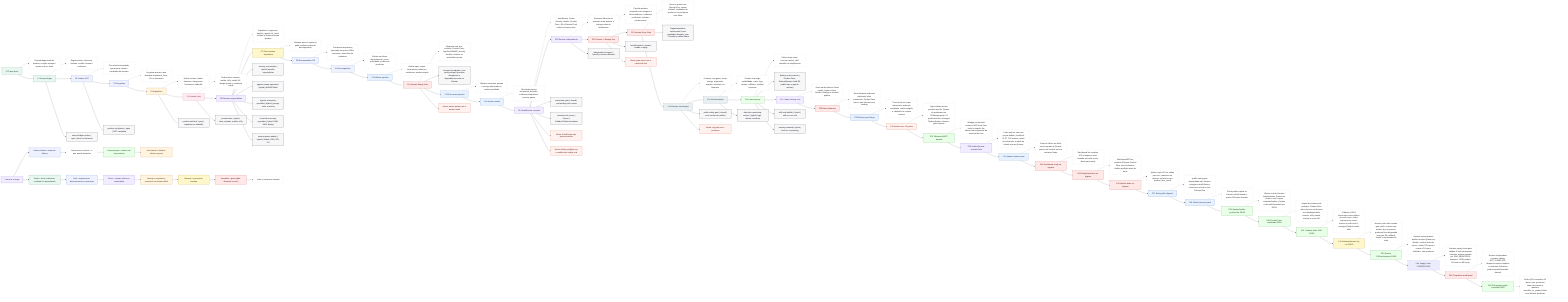
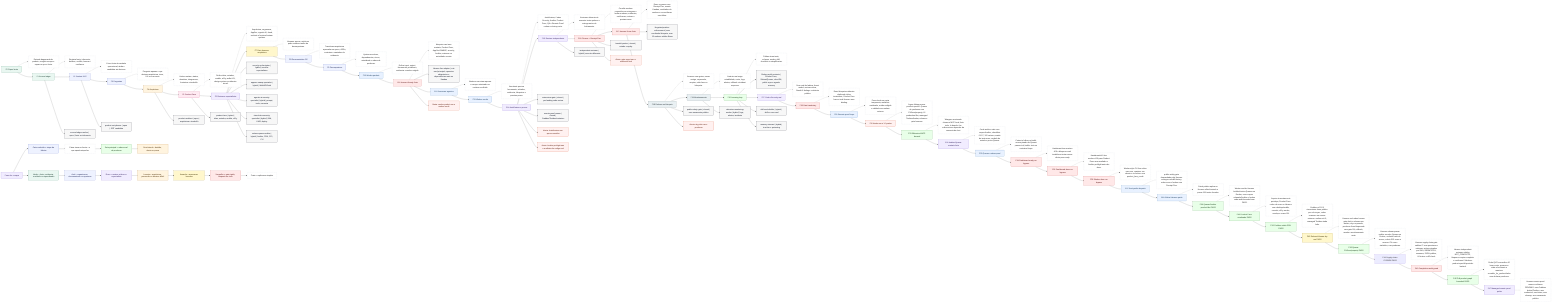
flowchart LR
  F0["F0 Paper bruto"]:::source
  F0D["Entrada baguncada do produto; congela escopo e separa o que e fonte."]:::desc
  F0 -.-> F0D
  F0 --> F1

  F1["F1 Source ledger"]:::source
  F1D["Registra fonte, inferencia, decisao, conflito, lacuna e confianca."]:::desc
  F1 -.-> F1D
  F1 --> F2

  F2["F2 Product SOT"]:::planning
  F2D["Cria a fonte da verdade operacional; ainda e candidata ate decisao."]:::desc
  F2 -.-> F2D
  F2 --> F3

  F3["F3 Perguntas"]:::planning
  F3D["Pergunta apenas o que destrava arquitetura, risco, UX ou execucao."]:::desc
  F3 -.-> F3D
  F3 --> F4

  F4["F4 Arquitetura"]:::architecture
  F4D["Define runtime, dados, dominios, integracoes, fronteiras e tradeoffs."]:::desc
  F4 -.-> F4D
  F4 --> F5

  F5["F5 Product Face"]:::face
  F5D["Define telas, estados, mobile, a11y, wallet UX, design system e evidencia visual."]:::desc
  F5 -.-> F5D
  F5 --> F6

  F6["F6 Revisoes especialistas"]:::review
  F6D["Arquitetura, seguranca, AppSec, agentic AI, cloud, onchain e frontend tentam quebrar."]:::desc
  F6 -.-> F6D
  F6 --> F7

  F7["F7 Gate humano arquitetura"]:::human
  F7D["Humano aprova, rejeita ou pede mudanca antes da decomposicao."]:::desc
  F7 -.-> F7D
  F7 --> F8

  F8["F8 Documentation OS"]:::planning
  F8D["Transforma arquitetura aprovada em specs, ADRs, contratos e caminhos de evidencia."]:::desc
  F8 -.-> F8D
  F8 --> F9

  F9["F9 Decomposicao"]:::planning
  F9D["Quebra em slices, dependencias, riscos, autoridade e ordem de producao."]:::desc
  F9 -.-> F9D
  F9 --> F10

  F10["F10 Worker packets"]:::execution
  F10D["Define input, output, ferramenta, proibicoes, evidencia e worker exigido."]:::desc
  F10 -.-> F10D
  F10 --> F11

  F11["F11 Hermes Ready Gate"]:::gate
  F11D["Bloqueia card sem contrato, Product Face, AppSec/OWASP, security, Auditor, reviewer ou autoridade correta."]:::desc
  F11 -.-> F11D
  F11 --> H1["Hermes live adapter | cria card principal, operarios obrigatorios e dependencias reais no Kanban"]:::worker
  F11 --> F12

  F12["F12 Execucao agentica"]:::execution
  F12D["Workers executam apenas o escopo autorizado no runtime escolhido."]:::desc
  F12 -.-> F12D
  F12 --> F13

  F13["F13 Worker results"]:::execution
  F13D["Resultado precisa ferramenta, achados, evidencia, bloqueios e proximo passo."]:::desc
  F13 -.-> F13D
  F13 --> F14

  F14["F14 AutoReview e provas"]:::review
  F14D["AutoReview, Codex Security, Auditor, Product Face, QA e Remote Proof rodam no timing certo."]:::desc
  F14 -.-> F14D
  F14 --> F15

  F15["F15 Revisao independente"]:::review
  F15D["Reviewer diferente do executor tenta quebrar a entrega antes do fechamento."]:::desc
  F15 -.-> F15D
  F15 --> F16

  F16["F16 Closure + Receipt Five"]:::gate
  F16D["Concilia workers requeridos vs entregues e fecha mudanca, evidencia, verificacao, revisao e proxima acao."]:::desc
  F16 -.-> F16D
  F16 --> F17

  F17["F17 Hermes Done Gate"]:::gate
  F17D["Done so passa com Receipt Five, evento Kanban, resultados de workers e reconciliacao sem faltas."]:::desc
  F17 -.-> F17D
  F17 --> H2["Negative/positive enforcement | sem resultados bloqueia; com 12 workers validos libera"]:::worker
  F17 --> F18

  F18["F18 Release ou bloqueio"]:::release
  F18D["Promove com gates; senao corrige, supersede, arquiva, volta fase ou bloqueia."]:::desc
  F18 -.-> F18D
  F18 --> F19

  F19["F19 Monitoramento"]:::release
  F19D["Produto real exige estabilidade, custo, logs, alertas, rollback e incident response."]:::desc
  F19 -.-> F19D
  F19 --> F20

  F20["F20 Learning loop"]:::learning
  F20D["Falhas viram teste, schema, worker, skill, checklist ou simplificacao."]:::desc
  F20 -.-> F20D
  F20 --> H3["Battery multi-contexto | Product Face, Solana/Quasar, cloud R4, public repo e agentic memory"]:::worker
  F20 --> F27

  F27["F27 Codex Security real"]:::review
  F27D["Scan real da fabrica: threat model, revisao critica, Bandit 0 findings e relatorio publico."]:::desc
  F27 -.-> F27D
  F27 --> F28

  F28["F28 Gate hardening"]:::gate
  F28D["Done bloqueia evidencia duplicada, inline inexistente, Product Face fraco e task Hermes sem binding."]:::desc
  F28 -.-> F28D
  F28 --> F29

  F29["F29 Remote proof limpo"]:::execution
  F29D["Prova local em copia temporaria, ambiente sanitizado, recibo redigido e validado em runtime externo."]:::desc
  F29 -.-> F29D
  F29 --> F30

  F30["F30 Ainda nao e 10 pratico"]:::alert
  F30D["Agora faltam provas product-specific: Quasar de producao com CU/fuzz/property, UI production-like, managed Testbox/broker, release e gate humano."]:::desc
  F30 -.-> F30D
  F30 --> F31

  F31["F31 Whimsical MCP duravel"]:::learning
  F31D["Wrapper versionado chama o MCP local, lista tools, le board e faz edicoes sem depender da memoria do chat."]:::desc
  F31 -.-> F31D
  F31 --> F32

  F32["F32 Auditor/Quasar contrato forte"]:::review
  F32D["Code audit so vale com corpus Auditor, checklists 01-07, 100 vetores, matriz de instrucoes, modelo de estado e prova Quasar."]:::desc
  F32 -.-> F32D
  F32 --> F33

  F33["F33 Quasar runtime proof"]:::execution
  F33D["Crates.io falhou no build; source pinado do Quasar passou init, build e test em container limpo."]:::desc
  F33 -.-> F33D
  F33 --> F34

  F34["F34 Dashboard ready no-bypass"]:::gate
  F34D["Dashboard live recebeu 409 e bloqueou card invalida ao tentar mover direto para ready."]:::desc
  F34 -.-> F34D
  F34 --> F35

  F35["F35 Dashboard done no-bypass"]:::gate
  F35D["Dashboard/API live recebeu 409 para Product Face sem resultado e Auditor preflight antes de done."]:::desc
  F35 -.-> F35D
  F35 --> F36

  F36["F36 Worker done no-bypass"]:::gate
  F36D["Worker-style CLI live voltou nao-zero, manteve run aberta e so fechou com product_face_result."]:::desc
  F36 -.-> F36D
  F36 --> F37

  F37["F37 Real profile dispatch"]:::execution
  F37D["public-safety-gate despachado pelo Hermes carregou overkill-factory, rodou scan e fechou com Receipt Five."]:::desc
  F37 -.-> F37D
  F37 --> F38

  F38["F38 Official Hermes patch"]:::execution
  F38D["Patch publico aplica no Hermes oficial testado e passa 119 testes focados."]:::desc
  F38 -.-> F38D
  F38 --> F39

  F39["F39 Quasar/Auditor product-like PASS"]:::learning
  F39D["Worker real do Hermes buildou/testou Quasar em Docker, usou corpus solanabr/Auditor e fechou code-audit bounded com PASS."]:::desc
  F39 -.-> F39D
  F39 --> F40

  F40["F40 Product Face atualizado PASS"]:::learning
  F40D["Depois da mudanca do prototipo, Product Face rodou de novo no Hermes com desktop/mobile, console, a11y smoke, overlap e scans OK."]:::desc
  F40 -.-> F40D
  F40 --> F41

  F41["F41 Crabbox static-SSH PASS"]:::learning
  F41D["Crabbox v0.26.0 sincronizou clone publico por ssh+rsync, rodou scanners em runner externo e voltou exit 0; managed Testbox ainda falta."]:::desc
  F41 -.-> F41D
  F41 --> F42

  F42["F42 Release/Human dry-run PASS"]:::human
  F42D["Hermes real rodou human-gate-clerk e release-ops-worker; dry-run passou, producao ficou bloqueada sem gate R4, rollback, smoke e monitoramento reais."]:::desc
  F42 -.-> F42D
  F42 --> F43

  F43["F43 Quasar CU/fuzz/property PASS"]:::learning
  F43D["Hermes solana-quasar-auditor rerodou Quasar em Docker, conferiu hash do source, cobriu 513 casos e marcou CU como simbolico, nao producao."]:::desc
  F43 -.-> F43D
  F43 --> F44

  F44["F44 Supply-chain CI/SBOM PASS"]:::security
  F44D["Hermes supply-chain-gate validou CI com permissoes minimas, actions pinadas por SHA, SBOM SPDX, scanners, JSON publico, 64 testes e diff check."]:::desc
  F44 -.-> F44D
  F44 --> F45

  F45["F45 Completion audit guard"]:::gate
  F45D["Hermes independent-reviewer validou NOT_COMPLETE, bloqueou require-complete e confirmou 6 blockers product-specific/provider-backed."]:::desc
  F45 -.-> F45D
  F45 --> F46

  F46["F46 Full product graph bounded PASS"]:::learning
  F46D["Grafo QVG reconciliou 10 lanes reais, preservou stale refs visiveis e manteve reusable_for_product=false sem declarar producao."]:::desc
  F46 -.-> F46D
+   F46 --> F47
+ 
+   F47["F47 Managed remote proof probe"]:::review
+   F47D["Hermes remote-proof-runner confirmou PENDING: sem Crabbox broker/Testbox, sem credencial, sem lease, sem cleanup; sem vazamento publico."]:::desc
+   F47 -.-> F47D

  F1 --> W1["source-ledger-worker | open | fonte vs inferencia"]:::worker
  F2 --> W2["product-sot-planner | open | SOT candidata"]:::worker
  F4 --> W3["product-architect | open | arquitetura e tradeoffs"]:::worker
  F5 --> W4["product-face | hybrid | telas, estados, mobile, a11y"]:::worker
  F6 --> W5["security-orchestrator | hybrid | escolhe especialistas"]:::worker
  F6 --> W6["appsec-owasp-specialist | hybrid | Web/API/Auth"]:::worker
  F6 --> W7["agentic-ai-security-specialist | hybrid | prompt, tools, memoria"]:::worker
  F6 --> W8["cloud-infra-security-specialist | hybrid | IAM, KMS, deploy"]:::worker
  F6 --> W9["solana-quasar-auditor | hybrid | Auditor, PDA, CPI, CU"]:::worker
  F14 --> W10["autoreview-gate | closed | pre-landing code review"]:::worker
  F14 --> W11["remote-proof-runner | closed | Crabbox/Testbox/container"]:::worker
  F15 --> W12["independent-reviewer | hybrid | executor diferente"]:::worker
  F16 --> W13["handoff-packer | closed | estado e replay"]:::worker
  F18 --> W14["public-safety-gate | closed | sem vazamento publico"]:::worker
  F19 --> W15["detection-monitoring-worker | hybrid | logs, alertas, incidente"]:::worker
  F20 --> W16["skill-eval-distiller | hybrid | skill so com eval"]:::worker
  F20 --> W17["memory-steward | hybrid | trust tier e poisoning"]:::worker

  F11 --> A1["Alerta: worker packet nao e worker result"]:::alert
  F16 --> A2["Alerta: gate report nao e evidencia final"]:::alert
  F14 --> A3["Alerta: AutoReview nao aprova sozinho"]:::alert
  F14 --> A4["Alerta: Auditor preflight nao e auditoria de codigo real"]:::alert
  F18 --> A5["Alerta: dry pilot nao e producao"]:::alert

  LEGEND0["Como ler o mapa"]:::review
  LEGEND1["Caixa colorida = etapa da fabrica"]:::planning
  LEGEND2["Caixa cinza na frente = o que aquela etapa faz"]:::desc
  LEGEND3["Seta principal = ordem real de producao"]:::learning
  LEGEND4["Seta lateral = detalhe, alerta ou prova"]:::architecture
  LEGEND5["Verde = fonte, evidencia, resultado ou aprendizado"]:::source
  LEGEND6["Azul = organizacao, documentacao ou operacao"]:::planning
  LEGEND7["Roxo = revisao critica ou especialista"]:::review
  LEGEND8["Laranja = arquitetura, promocao ou decisao dificil"]:::architecture
  LEGEND9["Amarelo = aprovacao humana"]:::human
  LEGEND10["Vermelho = gate rigido, bloqueio ou risco"]:::gate
  LEGEND11["Prata = explicacao simples"]:::desc

  LEGEND0 --> LEGEND1 --> LEGEND2 --> LEGEND3 --> LEGEND4
  LEGEND0 --> LEGEND5 --> LEGEND6 --> LEGEND7 --> LEGEND8 --> LEGEND9 --> LEGEND10 --> LEGEND11

  classDef source fill:#e9f7f1,stroke:#217a54,color:#12372a;
  classDef planning fill:#eef2ff,stroke:#4f63c6,color:#1c2455;
  classDef architecture fill:#fff4df,stroke:#b36b00,color:#4a2d00;
  classDef face fill:#ffeaf2,stroke:#c23b72,color:#5f1735;
  classDef review fill:#f1ecff,stroke:#7656c9,color:#33215f;
  classDef human fill:#fff7cc,stroke:#9b7a00,color:#3d3000;
  classDef execution fill:#e8f1ff,stroke:#2e6db5,color:#173858;
  classDef gate fill:#ffe8e8,stroke:#bf3434,color:#5a1111;
  classDef release fill:#e9f0f3,stroke:#51626b,color:#202b30;
  classDef learning fill:#e8ffe8,stroke:#3b8b3b,color:#173d17;
  classDef desc fill:#ffffff,stroke:#aab3bd,color:#222222,stroke-dasharray: 3 3;
  classDef worker fill:#f7f7f7,stroke:#111827,color:#111827;
  classDef alert fill:#fff1f0,stroke:#d4380d,color:#5c1a08;
